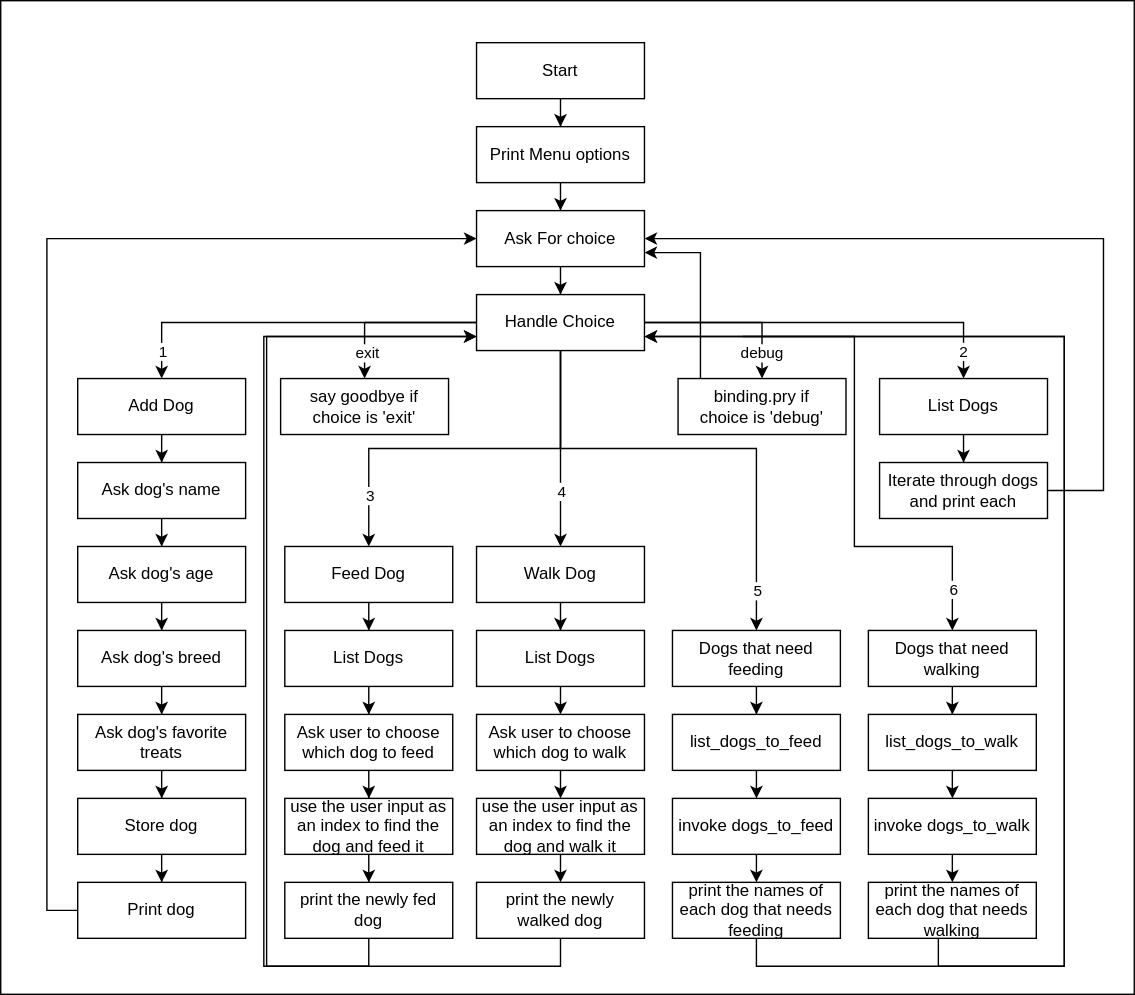
The draw.io diagram 03_object_oriented_ruby_pt2/demo/program-flow.drawio.svg in learn-co-students/SENG-LIVE-031422-phase-3, before a commit. Source tidied: cells renumbered, new cells last; positions are measured from the earlier drawing's top-left corner, leaving out a move shared by most shapes.
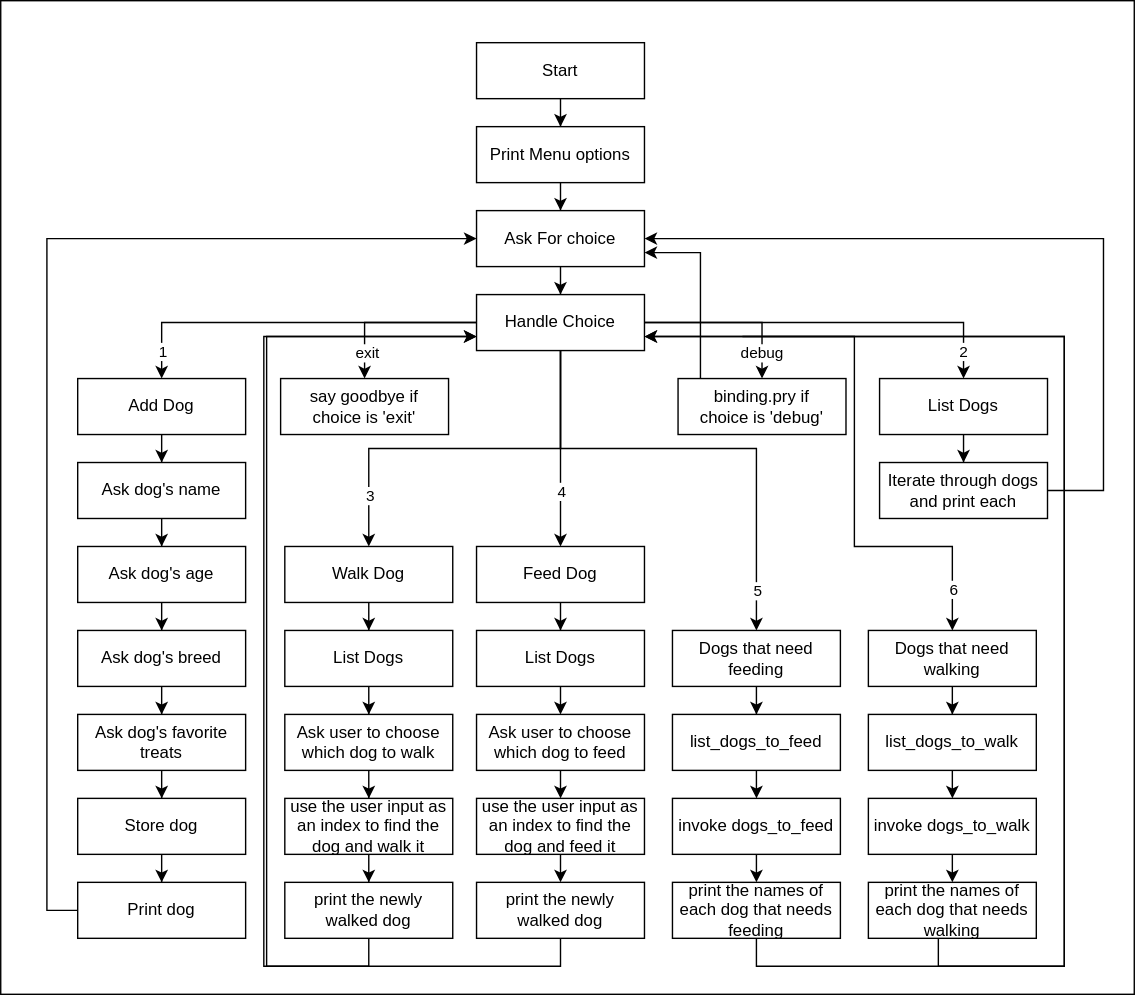
Later version of the same file.

Commit message:
switch numbers in diagram

What changed in the source:
```diff
@@ -8,7 +8,7 @@
     <mxCell id="3" style="edgeStyle=orthogonalEdgeStyle;rounded=0;jettySize=auto;html=1;" parent="1" edge="1" source="4" target="8">
       <mxGeometry relative="1" as="geometry" />
     </mxCell>
-    <mxCell id="4" value="Feed Dog" style="rounded=0;whiteSpace=wrap;html=1;" parent="1" vertex="1">
+    <mxCell id="4" value="Walk Dog" style="rounded=0;whiteSpace=wrap;html=1;" parent="1" vertex="1">
       <mxGeometry x="203" y="390" width="120" height="40" as="geometry" />
     </mxCell>
     <mxCell id="5" style="edgeStyle=orthogonalEdgeStyle;rounded=0;jettySize=auto;html=1;exitX=0.5;exitY=1;exitDx=0;exitDy=0;entryX=0.5;entryY=0;entryDx=0;entryDy=0;" parent="1" edge="1" source="54" target="16">
@@ -28,13 +28,13 @@
     <mxCell id="9" style="edgeStyle=orthogonalEdgeStyle;rounded=0;jettySize=auto;html=1;" parent="1" edge="1" source="10" target="12">
       <mxGeometry relative="1" as="geometry" />
     </mxCell>
-    <mxCell id="10" value="Ask user to choose which dog to feed" style="rounded=0;whiteSpace=wrap;html=1;" parent="1" vertex="1">
+    <mxCell id="10" value="Ask user to choose which dog to walk" style="rounded=0;whiteSpace=wrap;html=1;" parent="1" vertex="1">
       <mxGeometry x="203" y="510" width="120" height="40" as="geometry" />
     </mxCell>
     <mxCell id="11" style="edgeStyle=orthogonalEdgeStyle;rounded=0;jettySize=auto;html=1;" parent="1" edge="1" source="12" target="14">
       <mxGeometry relative="1" as="geometry" />
     </mxCell>
-    <mxCell id="12" value="use the user input as an index to find the dog and feed it" style="rounded=0;whiteSpace=wrap;html=1;" parent="1" vertex="1">
+    <mxCell id="12" value="use the user input as an index to find the dog and walk it" style="rounded=0;whiteSpace=wrap;html=1;" parent="1" vertex="1">
       <mxGeometry x="203" y="570" width="120" height="40" as="geometry" />
     </mxCell>
     <mxCell id="13" style="edgeStyle=orthogonalEdgeStyle;rounded=0;jettySize=auto;html=1;entryX=0;entryY=0.75;entryDx=0;entryDy=0;exitX=0.5;exitY=1;exitDx=0;exitDy=0;" parent="1" edge="1" source="14" target="54">
@@ -46,7 +46,7 @@
         </Array>
       </mxGeometry>
     </mxCell>
-    <mxCell id="14" value="print the newly fed dog" style="rounded=0;whiteSpace=wrap;html=1;" parent="1" vertex="1">
+    <mxCell id="14" value="print the newly walked dog" style="rounded=0;whiteSpace=wrap;html=1;" parent="1" vertex="1">
       <mxGeometry x="203" y="630" width="120" height="40" as="geometry" />
     </mxCell>
     <mxCell id="15" style="edgeStyle=orthogonalEdgeStyle;rounded=0;jettySize=auto;html=1;" parent="1" edge="1" source="16">
@@ -54,16 +54,16 @@
         <mxPoint x="400" y="450" as="targetPoint" />
       </mxGeometry>
     </mxCell>
-    <mxCell id="16" value="Walk Dog" style="rounded=0;whiteSpace=wrap;html=1;" parent="1" vertex="1">
+    <mxCell id="16" value="Feed Dog" style="rounded=0;whiteSpace=wrap;html=1;" parent="1" vertex="1">
       <mxGeometry x="340" y="390" width="120" height="40" as="geometry" />
     </mxCell>
     <mxCell id="17" value="List Dogs" style="rounded=0;whiteSpace=wrap;html=1;" parent="1" vertex="1">
       <mxGeometry x="340" y="450" width="120" height="40" as="geometry" />
     </mxCell>
-    <mxCell id="18" value="Ask user to choose which dog to walk" style="rounded=0;whiteSpace=wrap;html=1;" parent="1" vertex="1">
+    <mxCell id="18" value="Ask user to choose which dog to feed" style="rounded=0;whiteSpace=wrap;html=1;" parent="1" vertex="1">
       <mxGeometry x="340" y="510" width="120" height="40" as="geometry" />
     </mxCell>
-    <mxCell id="19" value="use the user input as an index to find the dog and walk it" style="rounded=0;whiteSpace=wrap;html=1;" parent="1" vertex="1">
+    <mxCell id="19" value="use the user input as an index to find the dog and feed it" style="rounded=0;whiteSpace=wrap;html=1;" parent="1" vertex="1">
       <mxGeometry x="340" y="570" width="120" height="40" as="geometry" />
     </mxCell>
     <mxCell id="20" style="edgeStyle=orthogonalEdgeStyle;rounded=0;html=1;exitX=0.5;exitY=1;exitDx=0;exitDy=0;" parent="1" edge="1" source="21">
```
